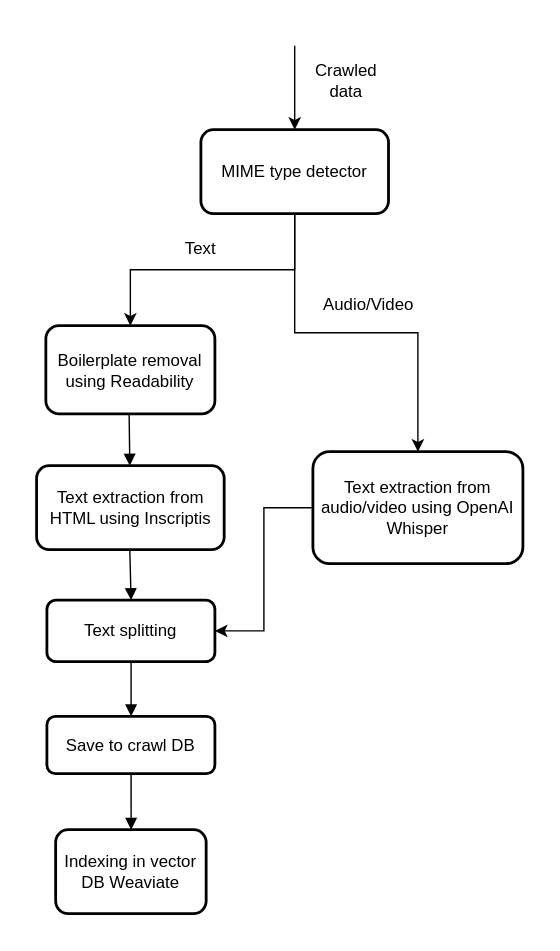
This is docs/source/images/text_plus_audio_pipeline.drawio.svg from gutfeeling/langsearch, a draw.io export, as it was before one commit. Source tidied: cells renumbered, new cells last; positions are measured from the earlier drawing's top-left corner, leaving out a move shared by most shapes. Its diagram source:
```xml
<mxGraphModel>
  <root>
    <mxCell id="0" />
    <mxCell id="1" parent="0" />
    <mxCell id="2" value="Boilerplate removal using Readability" style="whiteSpace=wrap;strokeWidth=2;rounded=1;labelBackgroundColor=none;" parent="1" vertex="1">
      <mxGeometry x="6.2" y="200" width="120.8" height="63" as="geometry" />
    </mxCell>
    <mxCell id="3" value="Text extraction from HTML using Inscriptis" style="whiteSpace=wrap;strokeWidth=2;rounded=1;labelBackgroundColor=none;" parent="1" vertex="1">
      <mxGeometry x="-0.4" y="300" width="134" height="60" as="geometry" />
    </mxCell>
    <mxCell id="4" value="Text splitting" style="whiteSpace=wrap;strokeWidth=2;rounded=1;labelBackgroundColor=none;" parent="1" vertex="1">
      <mxGeometry x="7" y="396" width="120" height="44" as="geometry" />
    </mxCell>
    <mxCell id="5" value="Save to crawl DB" style="whiteSpace=wrap;strokeWidth=2;rounded=1;labelBackgroundColor=none;" parent="1" vertex="1">
      <mxGeometry x="7" y="479" width="120" height="41" as="geometry" />
    </mxCell>
    <mxCell id="6" value="Indexing in vector DB Weaviate" style="whiteSpace=wrap;strokeWidth=2;rounded=1;labelBackgroundColor=none;" parent="1" vertex="1">
      <mxGeometry x="13.2" y="560" width="107.5" height="60" as="geometry" />
    </mxCell>
    <mxCell id="7" style="curved=1;startArrow=none;endArrow=block;exitX=0.4926870696398677;exitY=1;entryX=0.49693731976370525;entryY=0;labelBackgroundColor=none;fontColor=default;" parent="1" edge="1" source="2" target="3">
      <mxGeometry relative="1" as="geometry" />
    </mxCell>
    <mxCell id="8" style="curved=1;startArrow=none;endArrow=block;exitX=0.49693731976370525;exitY=1;entryX=0.5011805534362793;entryY=0;labelBackgroundColor=none;fontColor=default;" parent="1" edge="1" source="3" target="4">
      <mxGeometry relative="1" as="geometry" />
    </mxCell>
    <mxCell id="9" style="curved=1;startArrow=none;endArrow=block;exitX=0.5011805534362793;exitY=1;entryX=0.5011805534362793;entryY=0;labelBackgroundColor=none;fontColor=default;" parent="1" edge="1" source="4" target="5">
      <mxGeometry relative="1" as="geometry" />
    </mxCell>
    <mxCell id="10" style="curved=1;startArrow=none;endArrow=block;exitX=0.5011805534362793;exitY=1;entryX=0.5015740712483724;entryY=0;labelBackgroundColor=none;fontColor=default;" parent="1" edge="1" source="5" target="6">
      <mxGeometry relative="1" as="geometry" />
    </mxCell>
    <mxCell id="11" style="edgeStyle=orthogonalEdgeStyle;rounded=0;jettySize=auto;html=1;entryX=1;entryY=0.5;entryDx=0;entryDy=0;" parent="1" edge="1" source="12" target="4">
      <mxGeometry relative="1" as="geometry" />
    </mxCell>
    <mxCell id="12" value="Text extraction from audio/video using OpenAI Whisper" style="whiteSpace=wrap;strokeWidth=2;rounded=1;labelBackgroundColor=none;" parent="1" vertex="1">
      <mxGeometry x="197" y="290" width="150" height="80" as="geometry" />
    </mxCell>
    <mxCell id="13" style="edgeStyle=orthogonalEdgeStyle;rounded=0;jettySize=auto;html=1;entryX=0.5;entryY=0;entryDx=0;entryDy=0;strokeWidth=1;" parent="1" edge="1" source="15" target="2">
      <mxGeometry relative="1" as="geometry" />
    </mxCell>
    <mxCell id="14" style="edgeStyle=orthogonalEdgeStyle;rounded=0;jettySize=auto;html=1;strokeWidth=1;" parent="1" edge="1" source="15" target="12">
      <mxGeometry relative="1" as="geometry" />
    </mxCell>
    <mxCell id="15" value="MIME type detector" style="whiteSpace=wrap;strokeWidth=2;rounded=1;labelBackgroundColor=none;" parent="1" vertex="1">
      <mxGeometry x="117" y="60" width="134" height="60" as="geometry" />
    </mxCell>
    <mxCell id="16" value="Text" style="text;html=1;strokeColor=none;fillColor=none;align=center;verticalAlign=middle;whiteSpace=wrap;rounded=0;" parent="1" vertex="1">
      <mxGeometry x="87" y="130" width="60" height="30" as="geometry" />
    </mxCell>
    <mxCell id="17" value="Audio/Video" style="text;html=1;strokeColor=none;fillColor=none;align=center;verticalAlign=middle;whiteSpace=wrap;rounded=0;" parent="1" vertex="1">
      <mxGeometry x="207" y="170" width="60" height="30" as="geometry" />
    </mxCell>
    <mxCell id="18" style="edgeStyle=orthogonalEdgeStyle;rounded=0;jettySize=auto;html=1;" parent="1" edge="1" target="15">
      <mxGeometry relative="1" as="geometry">
        <mxPoint x="184" as="sourcePoint" />
      </mxGeometry>
    </mxCell>
    <mxCell id="19" value="Crawled data" style="text;html=1;strokeColor=none;fillColor=none;align=center;verticalAlign=middle;whiteSpace=wrap;rounded=0;" parent="1" vertex="1">
      <mxGeometry x="191" y="10" width="60" height="30" as="geometry" />
    </mxCell>
  </root>
</mxGraphModel>
```
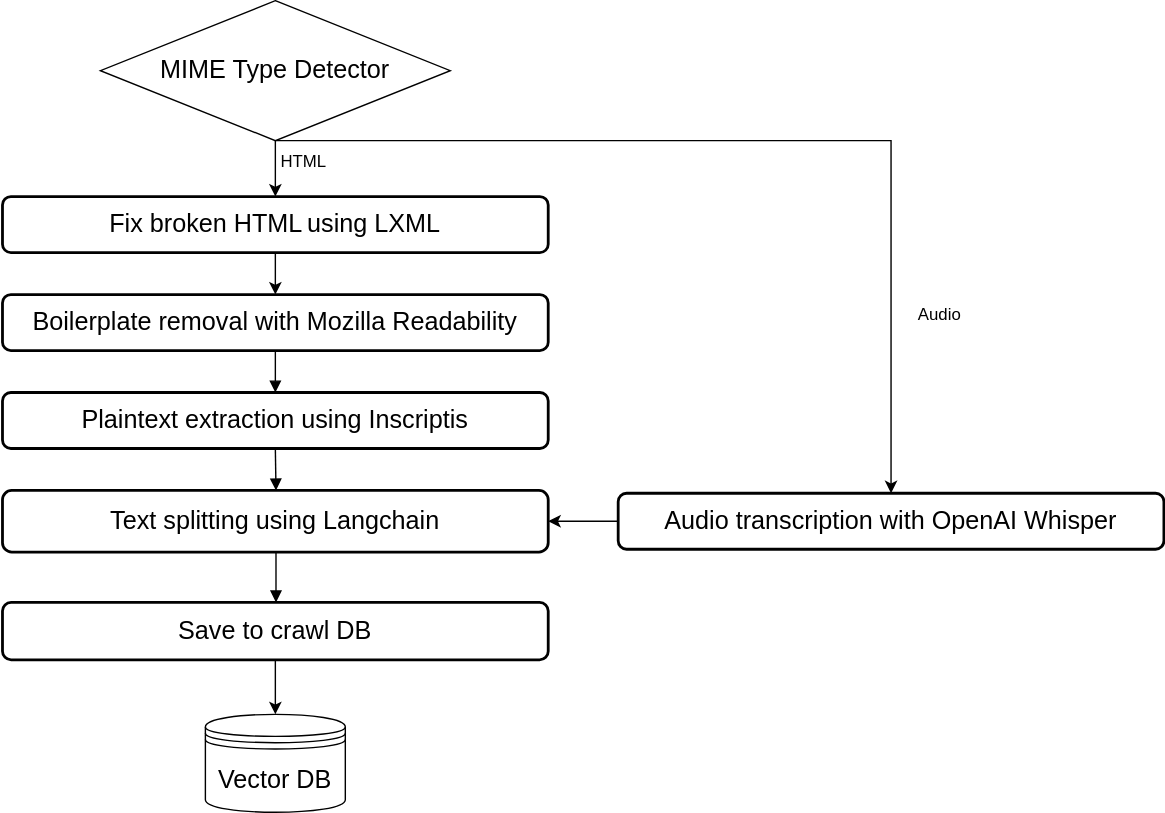
Later version of the same file.

What changed in the source:
```diff
@@ -2,61 +2,63 @@
   <root>
     <mxCell id="0" />
     <mxCell id="1" parent="0" />
+    <mxCell id="20" style="edgeStyle=orthogonalEdgeStyle;rounded=0;jettySize=auto;html=1;" parent="1" edge="1" source="23" target="2">
+      <mxGeometry relative="1" as="geometry" />
+    </mxCell>
-    <mxCell id="2" value="Boilerplate removal using Readability" style="whiteSpace=wrap;strokeWidth=2;rounded=1;labelBackgroundColor=none;" parent="1" vertex="1">
-      <mxGeometry x="6.2" y="200" width="120.8" height="63" as="geometry" />
+    <mxCell id="2" value="Boilerplate removal with Mozilla Readability" style="whiteSpace=wrap;strokeWidth=2;rounded=1;labelBackgroundColor=none;fontSize=18;" parent="1" vertex="1">
+      <mxGeometry x="-103" y="200" width="390" height="40" as="geometry" />
     </mxCell>
-    <mxCell id="3" value="Text extraction from HTML using Inscriptis" style="whiteSpace=wrap;strokeWidth=2;rounded=1;labelBackgroundColor=none;" parent="1" vertex="1">
-      <mxGeometry x="-0.4" y="300" width="134" height="60" as="geometry" />
+    <mxCell id="3" value="Plaintext extraction using Inscriptis" style="whiteSpace=wrap;strokeWidth=2;rounded=1;labelBackgroundColor=none;fontSize=18;" parent="1" vertex="1">
+      <mxGeometry x="-103" y="270" width="390" height="40" as="geometry" />
     </mxCell>
-    <mxCell id="4" value="Text splitting" style="whiteSpace=wrap;strokeWidth=2;rounded=1;labelBackgroundColor=none;" parent="1" vertex="1">
-      <mxGeometry x="7" y="396" width="120" height="44" as="geometry" />
+    <mxCell id="4" value="Text splitting using Langchain" style="whiteSpace=wrap;strokeWidth=2;rounded=1;labelBackgroundColor=none;fontSize=18;" parent="1" vertex="1">
+      <mxGeometry x="-103" y="340" width="390" height="44" as="geometry" />
     </mxCell>
-    <mxCell id="5" value="Save to crawl DB" style="whiteSpace=wrap;strokeWidth=2;rounded=1;labelBackgroundColor=none;" parent="1" vertex="1">
-      <mxGeometry x="7" y="479" width="120" height="41" as="geometry" />
+    <mxCell id="5" value="Save to crawl DB" style="whiteSpace=wrap;strokeWidth=2;rounded=1;labelBackgroundColor=none;fontSize=18;" parent="1" vertex="1">
+      <mxGeometry x="-103" y="420" width="390" height="41" as="geometry" />
     </mxCell>
-    <mxCell id="6" value="Indexing in vector DB Weaviate" style="whiteSpace=wrap;strokeWidth=2;rounded=1;labelBackgroundColor=none;" parent="1" vertex="1">
-      <mxGeometry x="13.2" y="560" width="107.5" height="60" as="geometry" />
-    </mxCell>
-    <mxCell id="7" style="curved=1;startArrow=none;endArrow=block;exitX=0.4926870696398677;exitY=1;entryX=0.49693731976370525;entryY=0;labelBackgroundColor=none;fontColor=default;" parent="1" edge="1" source="2" target="3">
+    <mxCell id="7" style="curved=1;startArrow=none;endArrow=block;exitX=0.5;exitY=1;entryX=0.5;entryY=0;labelBackgroundColor=none;fontColor=default;entryDx=0;entryDy=0;exitDx=0;exitDy=0;" parent="1" edge="1" source="2" target="3">
       <mxGeometry relative="1" as="geometry" />
     </mxCell>
-    <mxCell id="8" style="curved=1;startArrow=none;endArrow=block;exitX=0.49693731976370525;exitY=1;entryX=0.5011805534362793;entryY=0;labelBackgroundColor=none;fontColor=default;" parent="1" edge="1" source="3" target="4">
+    <mxCell id="8" style="curved=1;startArrow=none;endArrow=block;entryX=0.5011805534362793;entryY=0;labelBackgroundColor=none;fontColor=default;exitX=0.5;exitY=1;exitDx=0;exitDy=0;" parent="1" edge="1" source="3" target="4">
       <mxGeometry relative="1" as="geometry" />
     </mxCell>
     <mxCell id="9" style="curved=1;startArrow=none;endArrow=block;exitX=0.5011805534362793;exitY=1;entryX=0.5011805534362793;entryY=0;labelBackgroundColor=none;fontColor=default;" parent="1" edge="1" source="4" target="5">
       <mxGeometry relative="1" as="geometry" />
     </mxCell>
-    <mxCell id="10" style="curved=1;startArrow=none;endArrow=block;exitX=0.5011805534362793;exitY=1;entryX=0.5015740712483724;entryY=0;labelBackgroundColor=none;fontColor=default;" parent="1" edge="1" source="5" target="6">
-      <mxGeometry relative="1" as="geometry" />
-    </mxCell>
-    <mxCell id="11" style="edgeStyle=orthogonalEdgeStyle;rounded=0;jettySize=auto;html=1;entryX=1;entryY=0.5;entryDx=0;entryDy=0;" parent="1" edge="1" source="12" target="4">
-      <mxGeometry relative="1" as="geometry" />
-    </mxCell>
-    <mxCell id="12" value="Text extraction from audio/video using OpenAI Whisper" style="whiteSpace=wrap;strokeWidth=2;rounded=1;labelBackgroundColor=none;" parent="1" vertex="1">
-      <mxGeometry x="197" y="290" width="150" height="80" as="geometry" />
-    </mxCell>
-    <mxCell id="13" style="edgeStyle=orthogonalEdgeStyle;rounded=0;jettySize=auto;html=1;entryX=0.5;entryY=0;entryDx=0;entryDy=0;strokeWidth=1;" parent="1" edge="1" source="15" target="2">
-      <mxGeometry relative="1" as="geometry" />
-    </mxCell>
-    <mxCell id="14" style="edgeStyle=orthogonalEdgeStyle;rounded=0;jettySize=auto;html=1;strokeWidth=1;" parent="1" edge="1" source="15" target="12">
-      <mxGeometry relative="1" as="geometry" />
-    </mxCell>
-    <mxCell id="15" value="MIME type detector" style="whiteSpace=wrap;strokeWidth=2;rounded=1;labelBackgroundColor=none;" parent="1" vertex="1">
-      <mxGeometry x="117" y="60" width="134" height="60" as="geometry" />
-    </mxCell>
-    <mxCell id="16" value="Text" style="text;html=1;strokeColor=none;fillColor=none;align=center;verticalAlign=middle;whiteSpace=wrap;rounded=0;" parent="1" vertex="1">
-      <mxGeometry x="87" y="130" width="60" height="30" as="geometry" />
-    </mxCell>
-    <mxCell id="17" value="Audio/Video" style="text;html=1;strokeColor=none;fillColor=none;align=center;verticalAlign=middle;whiteSpace=wrap;rounded=0;" parent="1" vertex="1">
-      <mxGeometry x="207" y="170" width="60" height="30" as="geometry" />
-    </mxCell>
-    <mxCell id="18" style="edgeStyle=orthogonalEdgeStyle;rounded=0;jettySize=auto;html=1;" parent="1" edge="1" target="15">
-      <mxGeometry relative="1" as="geometry">
-        <mxPoint x="184" as="sourcePoint" />
-      </mxGeometry>
-    </mxCell>
-    <mxCell id="19" value="Crawled data" style="text;html=1;strokeColor=none;fillColor=none;align=center;verticalAlign=middle;whiteSpace=wrap;rounded=0;" parent="1" vertex="1">
-      <mxGeometry x="191" y="10" width="60" height="30" as="geometry" />
-    </mxCell>
+    <mxCell id="21" style="edgeStyle=orthogonalEdgeStyle;rounded=0;jettySize=auto;html=1;" parent="1" edge="1" source="5" target="22">
+      <mxGeometry relative="1" as="geometry" />
+    </mxCell>
+    <mxCell id="22" value="&lt;font style=&quot;font-size: 18px;&quot;&gt;Vector DB&lt;/font&gt;" style="shape=datastore;whiteSpace=wrap;html=1;" parent="1" vertex="1">
+      <mxGeometry x="42" y="500" width="100" height="70" as="geometry" />
+    </mxCell>
+    <mxCell id="23" value="&lt;font style=&quot;font-size: 18px;&quot;&gt;Fix broken HTML&lt;/font&gt; &lt;font style=&quot;font-size: 18px;&quot;&gt;using LXM&lt;/font&gt;&lt;font style=&quot;font-size: 18px;&quot;&gt;L&lt;/font&gt;" style="whiteSpace=wrap;html=1;strokeWidth=2;rounded=1;labelBackgroundColor=none;" parent="1" vertex="1">
+      <mxGeometry x="-103" y="130" width="390" height="40" as="geometry" />
+    </mxCell>
+    <mxCell id="24" style="edgeStyle=orthogonalEdgeStyle;rounded=0;jettySize=auto;html=1;" parent="1" edge="1" source="25" target="23">
+      <mxGeometry relative="1" as="geometry" />
+    </mxCell>
+    <mxCell id="25" value="&lt;font style=&quot;font-size: 18px;&quot;&gt;MIME Type Detector&lt;/font&gt;" style="rhombus;whiteSpace=wrap;html=1;" parent="1" vertex="1">
+      <mxGeometry x="-33" y="-10" width="250" height="100" as="geometry" />
+    </mxCell>
+    <mxCell id="26" style="edgeStyle=orthogonalEdgeStyle;rounded=0;jettySize=auto;html=1;" parent="1" edge="1" source="28" target="4">
+      <mxGeometry relative="1" as="geometry" />
+    </mxCell>
+    <mxCell id="27" style="edgeStyle=orthogonalEdgeStyle;rounded=0;jettySize=auto;html=1;exitX=0.5;exitY=1;exitDx=0;exitDy=0;" parent="1" edge="1" source="25" target="28">
+      <mxGeometry relative="1" as="geometry">
+        <Array as="points">
+          <mxPoint x="532" y="90" />
+        </Array>
+      </mxGeometry>
+    </mxCell>
+    <mxCell id="28" value="Audio transcription with OpenAI Whisper" style="whiteSpace=wrap;strokeWidth=2;rounded=1;labelBackgroundColor=none;fontSize=18;" parent="1" vertex="1">
+      <mxGeometry x="337" y="342" width="390" height="40" as="geometry" />
+    </mxCell>
+    <mxCell id="29" value="HTML" style="text;html=1;align=center;verticalAlign=middle;strokeColor=none;fillColor=none;" parent="1" vertex="1">
+      <mxGeometry x="82" y="90" width="60" height="30" as="geometry" />
+    </mxCell>
+    <mxCell id="30" value="Audio" style="text;html=1;strokeColor=none;fillColor=none;align=center;verticalAlign=middle;whiteSpace=wrap;rounded=0;" parent="1" vertex="1">
+      <mxGeometry x="537" y="200" width="60" height="30" as="geometry" />
+    </mxCell>
   </root>
 </mxGraphModel>
```
